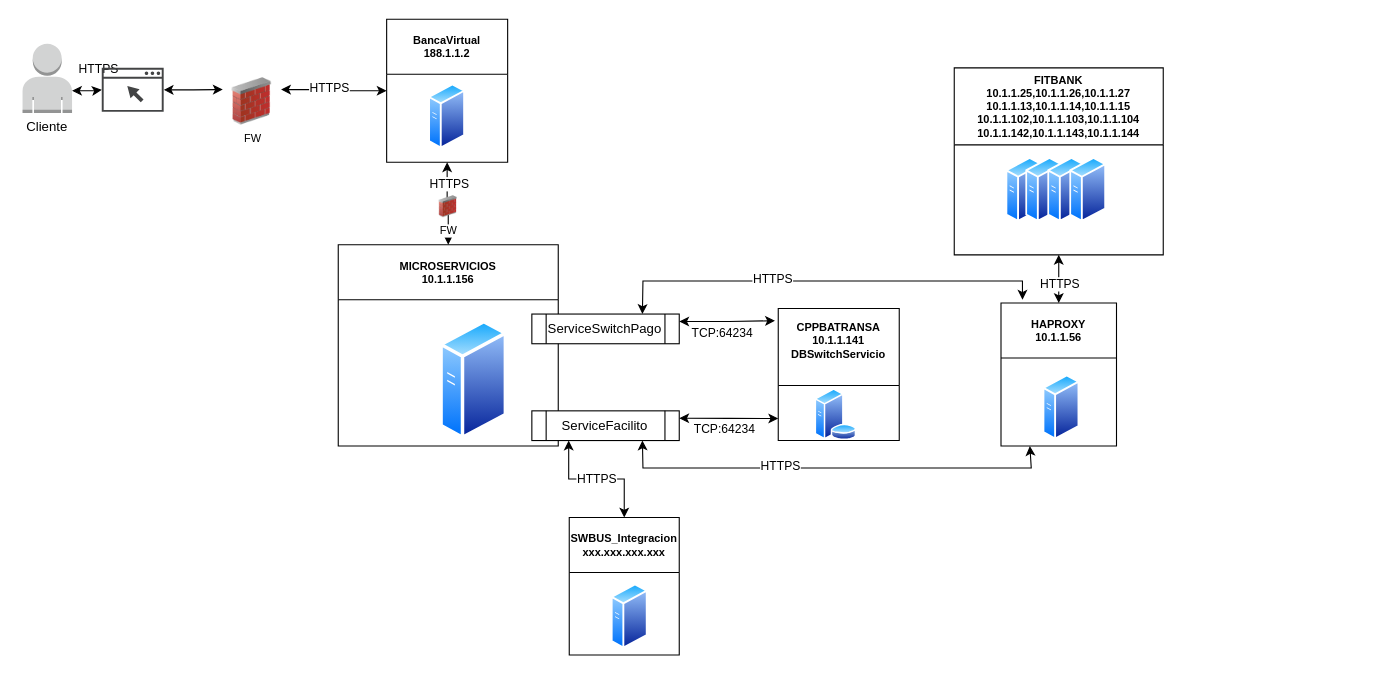
Above: ServicesPayment.drawio in davidguillermofg/Diagrams (draw.io), before the change. Source tidied: cells renumbered, new cells numbered last; positions are measured from the earlier drawing's top-left corner, leaving out a move shared by most shapes. Both pictures are drawn from the tidied source at 110%, with x=0, y=0 at pixel (19, 19).
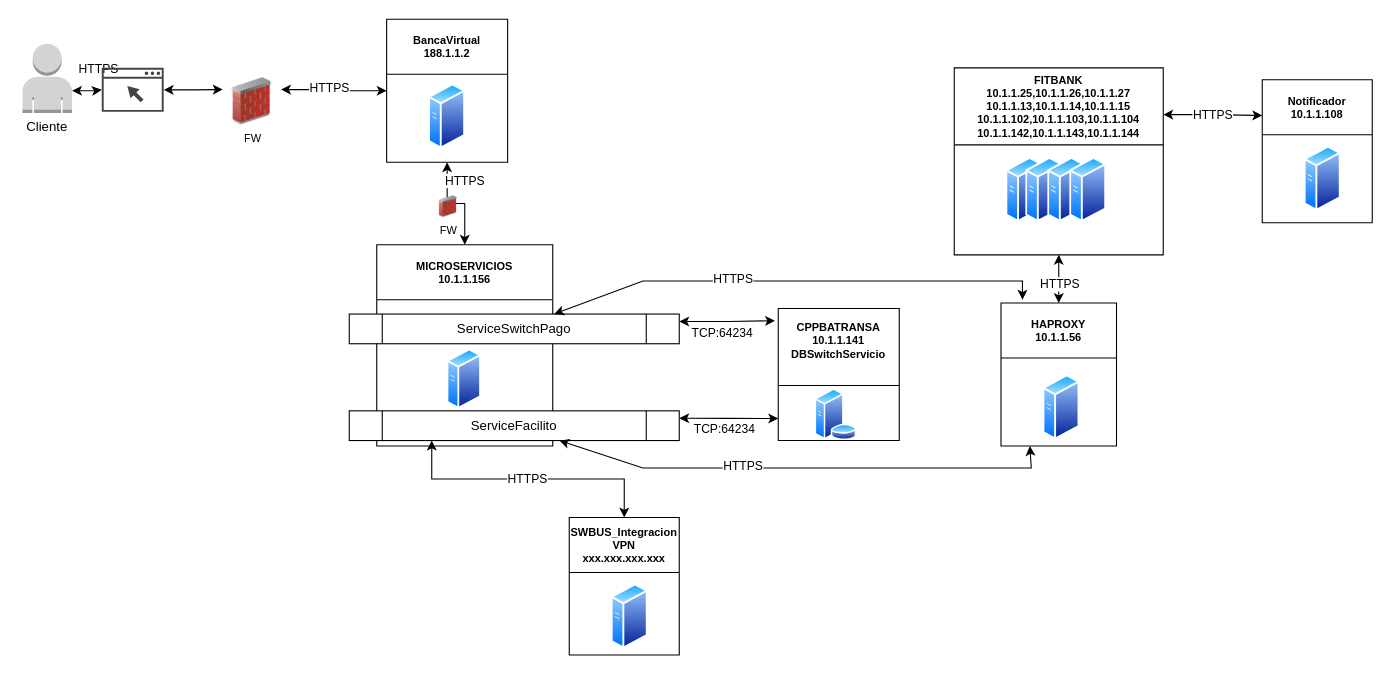
The same diagram, later.

The change refers to these unchanged cells:
```xml
<mxCell id="24" value="FITBANK&#10;10.1.1.25,10.1.1.26,10.1.1.27&#10;10.1.1.13,10.1.1.14,10.1.1.15&#10;10.1.1.102,10.1.1.103,10.1.1.104&#10;10.1.1.142,10.1.1.143,10.1.1.144" style="swimlane;startSize=70;fontSize=10;" parent="1" vertex="1">
  <mxGeometry x="850" y="44.2" width="190" height="170" as="geometry" />
</mxCell>
<mxCell id="31" value="HAPROXY&#10;10.1.1.56" style="swimlane;startSize=50;fontSize=10;" parent="1" vertex="1">
  <mxGeometry x="892.5" y="258" width="105" height="130" as="geometry" />
</mxCell>
```

The edit, as a diff of the source:
```diff
@@
     <mxCell id="6" value="MICROSERVICIOS&#10;10.1.1.156" style="swimlane;startSize=50;fontSize=10;" parent="1" vertex="1">
-      <mxGeometry x="290" y="205" width="200" height="183" as="geometry" />
+      <mxGeometry x="325" y="205" width="160" height="183" as="geometry" />
     </mxCell>
     <mxCell id="7" style="perimeter=ellipsePerimeter;html=1;align=center;shadow=0;dashed=0;spacingTop=3;image;image=img/lib/active_directory/generic_server.svg;fontSize=10;" parent="6" vertex="1">
-      <mxGeometry x="92.4" y="68" width="61.6" height="110" as="geometry" />
+      <mxGeometry x="64" y="94.4" width="31.2" height="55.6" as="geometry" />
     </mxCell>
@@
-    <mxCell id="18" value="&#10;SWBUS_Integracion&#10;xxx.xxx.xxx.xxx&#10;" style="swimlane;startSize=50;fontSize=10;" parent="1" vertex="1">
+    <mxCell id="18" value="&#10;SWBUS_Integracion&#10;VPN&#10;xxx.xxx.xxx.xxx&#10;" style="swimlane;startSize=50;fontSize=10;" parent="1" vertex="1">
       <mxGeometry x="500" y="453" width="100" height="125" as="geometry" />
     </mxCell>
@@
     <mxCell id="21" value="ServiceFacilito" style="shape=process;whiteSpace=wrap;html=1;backgroundOutline=1;" parent="1" vertex="1">
-      <mxGeometry x="466" y="356" width="134" height="27" as="geometry" />
+      <mxGeometry x="300" y="356" width="300" height="27" as="geometry" />
     </mxCell>
     <mxCell id="22" value="ServiceSwitchPago" style="shape=process;whiteSpace=wrap;html=1;backgroundOutline=1;" parent="1" vertex="1">
-      <mxGeometry x="466" y="268" width="134" height="27" as="geometry" />
+      <mxGeometry x="300" y="268" width="300" height="27" as="geometry" />
     </mxCell>
@@
-    <mxCell id="37" style="rounded=0;jettySize=auto;html=1;startArrow=classic;startFill=1;exitX=0.75;exitY=1;exitDx=0;exitDy=0;entryX=0.25;entryY=1;entryDx=0;entryDy=0;" parent="1" edge="1" source="21" target="31">
+    <mxCell id="37" style="rounded=0;jettySize=auto;html=1;startArrow=classic;startFill=1;entryX=0.25;entryY=1;entryDx=0;entryDy=0;" parent="1" edge="1" source="21" target="31">
       <mxGeometry relative="1" as="geometry">
         <Array as="points">
           <mxPoint x="567" y="408" />
           <mxPoint x="920" y="408" />
         </Array>
       </mxGeometry>
     </mxCell>
@@
-    <mxCell id="39" style="rounded=0;jettySize=auto;html=1;startArrow=classic;startFill=1;exitX=0.75;exitY=0;exitDx=0;exitDy=0;entryX=0.186;entryY=-0.023;entryDx=0;entryDy=0;entryPerimeter=0;" parent="1" edge="1" source="22" target="31">
+    <mxCell id="39" style="rounded=0;jettySize=auto;html=1;startArrow=classic;startFill=1;entryX=0.186;entryY=-0.023;entryDx=0;entryDy=0;entryPerimeter=0;" parent="1" edge="1" source="22" target="31">
       <mxGeometry relative="1" as="geometry">
         <Array as="points">
           <mxPoint x="567" y="238" />
           <mxPoint x="912" y="238" />
         </Array>
       </mxGeometry>
     </mxCell>
@@
+    <mxCell id="43" value="Notificador&#10;10.1.1.108" style="swimlane;startSize=50;fontSize=10;" parent="1" vertex="1">
+      <mxGeometry x="1130" y="55" width="100" height="130" as="geometry" />
+    </mxCell>
+    <mxCell id="44" style="perimeter=ellipsePerimeter;html=1;align=center;shadow=0;dashed=0;spacingTop=3;image;image=img/lib/active_directory/generic_server.svg;fontSize=10;" parent="43" vertex="1">
+      <mxGeometry x="38.2" y="60" width="33.6" height="60" as="geometry" />
+    </mxCell>
+    <mxCell id="45" value="HTTPS" style="edgeStyle=orthogonalEdgeStyle;rounded=0;jettySize=auto;html=1;exitX=1;exitY=0.25;exitDx=0;exitDy=0;startArrow=classic;startFill=1;entryX=0;entryY=0.25;entryDx=0;entryDy=0;" parent="1" edge="1" source="24" target="43">
+      <mxGeometry relative="1" as="geometry" />
+    </mxCell>
```
